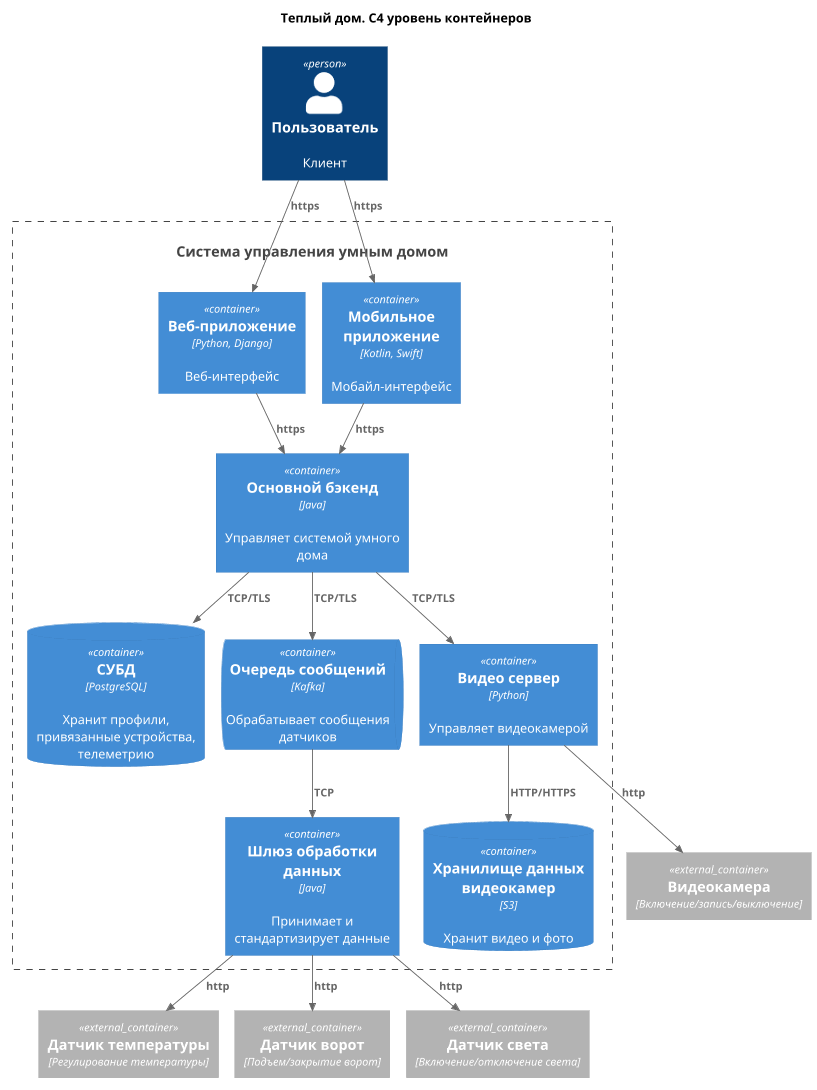
realjungleman/architecture-warmhouse keeps this PlantUML diagram as 2_task/c4_container.png. Above is the earlier version.
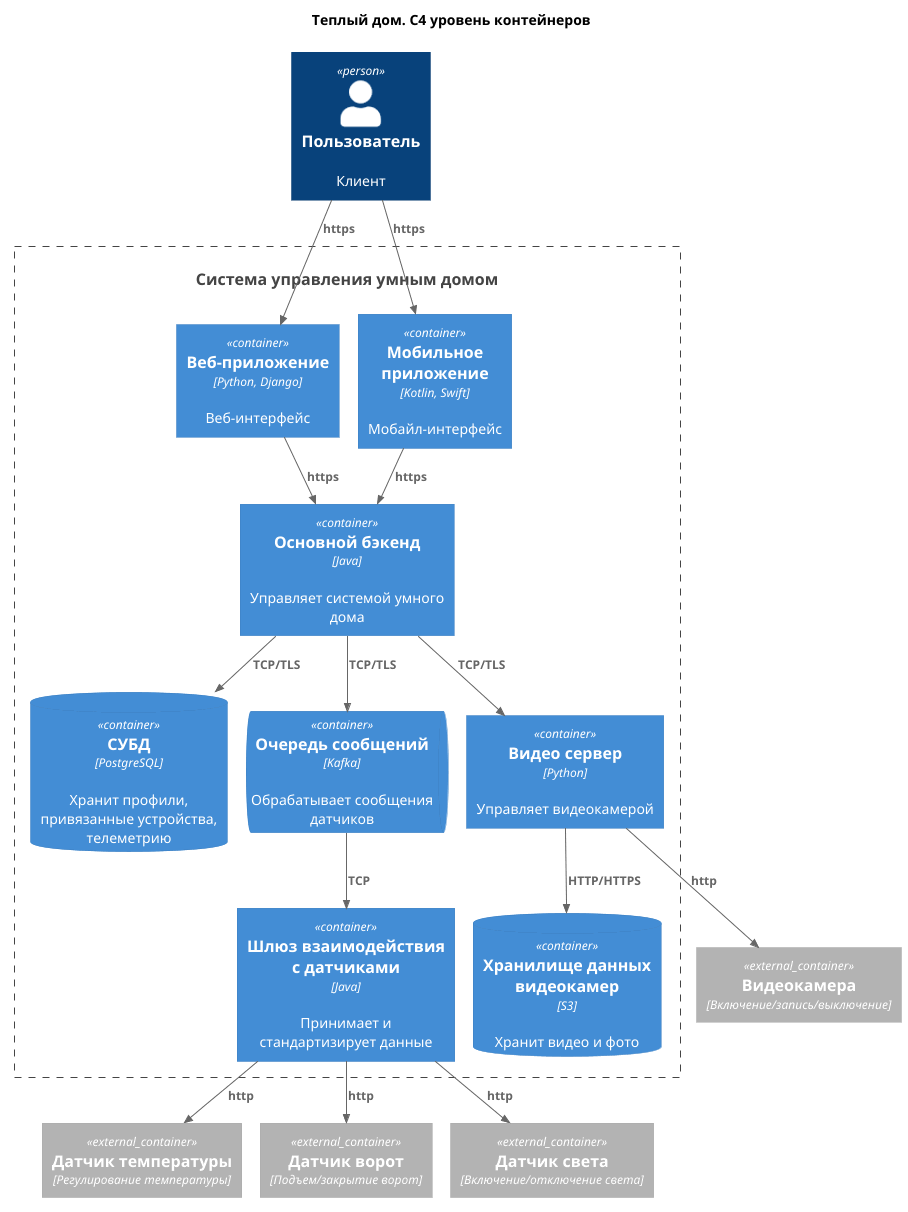
The same diagram one commit later.

Commit message:
2_задание изменено название шлюза

Diff of the diagram source:
```diff
@@ -12,7 +12,7 @@
   Container(WebApp, "Веб-приложение", "Python, Django", "Веб-интерфейс")
   Container(MobileApp, "Мобильное приложение", "Kotlin, Swift", "Мобайл-интерфейс")
   Container(MainSystem, "Основной бэкенд", "Java", "Управляет системой умного дома")
-  Container(ApiGate, "Шлюз обработки данных", "Java", "Принимает и стандартизирует данные")
+  Container(ApiGate, "Шлюз взаимодействия с датчиками", "Java", "Принимает и стандартизирует данные")
   ContainerDb(Database, "СУБД", "PostgreSQL", "Хранит профили, привязанные устройства, телеметрию")
   Container(VideoStreaming, "Видео сервер", "Python", "Управляет видеокамерой")
   ContainerDb(S3, "Хранилище данных видеокамер", "S3", "Хранит видео и фото")
```
